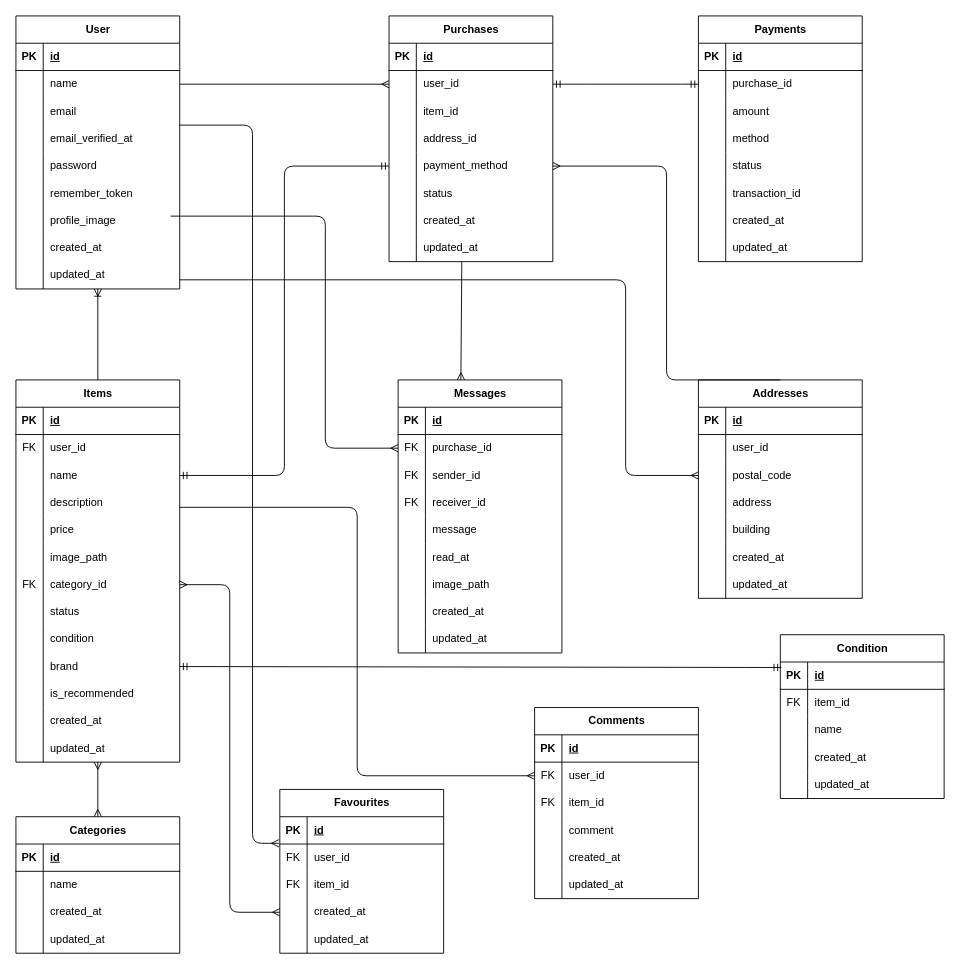
Before: er.drawio.dio in k-sakata1988/freemarketsite_protest, a draw.io diagram. Source tidied: cells renumbered, new cells numbered last; positions are measured from the earlier drawing's top-left corner, leaving out a move shared by most shapes. Both pictures are drawn from the tidied source at 91%, with x=0, y=0 at pixel (15, 15).
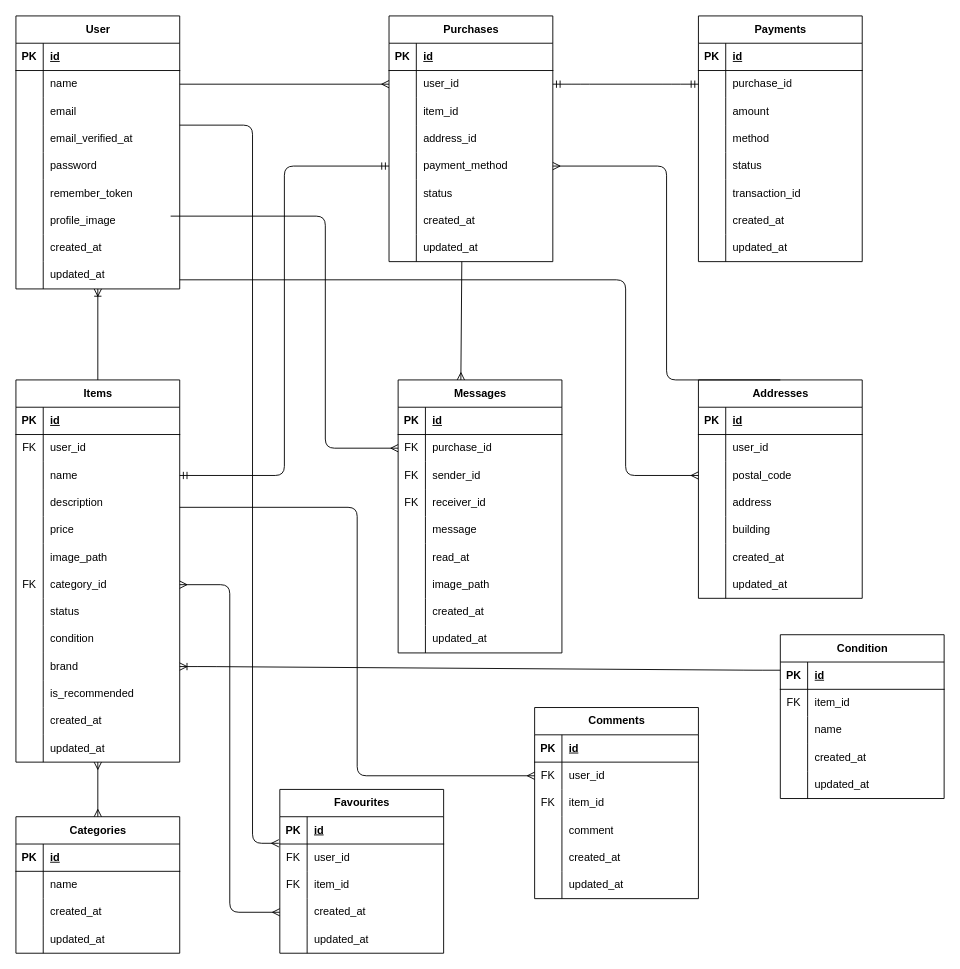
The same page after the edit.

Unchanged cells that the change refers to:
```xml
<mxCell id="130" style="shape=tableRow;horizontal=0;startSize=0;swimlaneHead=0;swimlaneBody=0;fillColor=none;points=[[0,0.5],[1,0.5]];portConstraint=eastwest;top=0;left=0;right=0;bottom=0;" parent="102" vertex="1">
  <mxGeometry y="300" width="180" height="30" as="geometry" />
</mxCell>
<mxCell id="231" style="shape=tableRow;horizontal=0;startSize=0;swimlaneHead=0;swimlaneBody=0;fillColor=none;points=[[0,0.5],[1,0.5]];portConstraint=eastwest;top=0;left=0;right=0;bottom=1;" parent="230" vertex="1">
  <mxGeometry y="30" width="180" height="30" as="geometry" />
</mxCell>
```

What changed in the source:
```diff
@@
-    <mxCell id="246" style="edgeStyle=entityRelationEdgeStyle;fontSize=12;html=1;endArrow=ERmandOne;startArrow=ERmandOne;exitX=1;exitY=0.5;exitDx=0;exitDy=0;entryX=0.006;entryY=0.2;entryDx=0;entryDy=0;entryPerimeter=0;" parent="1" edge="1" source="130" target="231">
+    <mxCell id="246" style="edgeStyle=entityRelationEdgeStyle;fontSize=12;html=1;endArrow=ERoneToMany;entryX=1;entryY=0.5;entryDx=0;entryDy=0;exitX=0;exitY=0.3;exitDx=0;exitDy=0;exitPerimeter=0;" parent="1" edge="1" source="231" target="130">
       <mxGeometry relative="1" as="geometry" />
     </mxCell>
```
